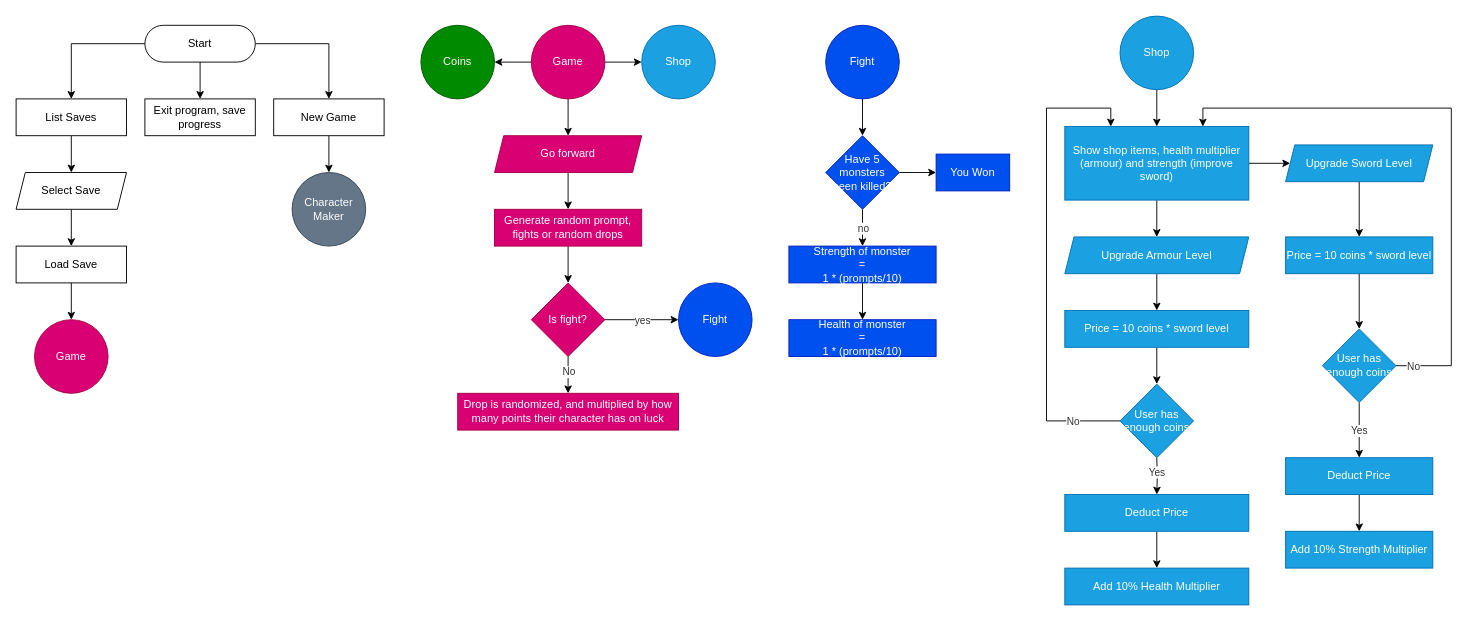
The draw.io diagram flowchart.drawio in kivox/tbag, before the edit. Source tidied: cells renumbered, new cells numbered last; positions are measured from the earlier drawing's top-left corner, leaving out a move shared by most shapes. Both pictures are drawn from the tidied source at 92%, with x=0, y=0 at pixel (16, 16).
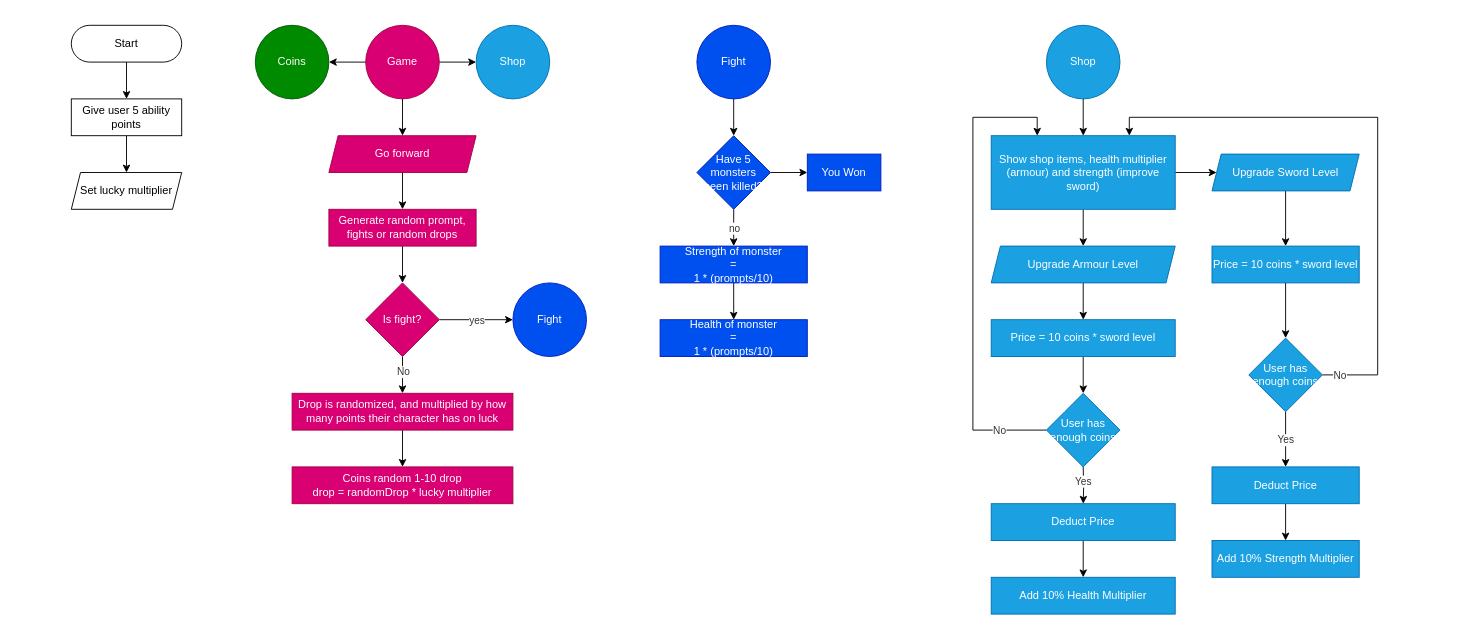
After the change.

Commit message:
Simplify game flow

Change to the diagram source:
```diff
@@
-    <mxCell id="2" style="edgeStyle=orthogonalEdgeStyle;rounded=0;jettySize=auto;html=1;fontColor=#333333;" parent="1" edge="1" source="3" target="8">
-      <mxGeometry relative="1" as="geometry" />
-    </mxCell>
-    <mxCell id="3" value="New Game" style="whiteSpace=wrap;html=1;rounded=0;" parent="1" vertex="1">
-      <mxGeometry x="280" y="90" width="120" height="40" as="geometry" />
-    </mxCell>
-    <mxCell id="4" style="edgeStyle=orthogonalEdgeStyle;rounded=0;jettySize=auto;html=1;fontColor=#333333;" parent="1" edge="1" source="5" target="11">
-      <mxGeometry relative="1" as="geometry" />
-    </mxCell>
-    <mxCell id="5" value="List Saves" style="whiteSpace=wrap;html=1;rounded=0;" parent="1" vertex="1">
-      <mxGeometry y="90" width="120" height="40" as="geometry" />
-    </mxCell>
-    <mxCell id="6" style="edgeStyle=orthogonalEdgeStyle;rounded=0;jettySize=auto;html=1;fontColor=#333333;" parent="1" edge="1" source="7" target="9">
-      <mxGeometry relative="1" as="geometry" />
-    </mxCell>
-    <mxCell id="7" value="Load Save" style="whiteSpace=wrap;html=1;rounded=0;" parent="1" vertex="1">
-      <mxGeometry y="250" width="120" height="40" as="geometry" />
-    </mxCell>
-    <mxCell id="8" value="Character Maker" style="ellipse;whiteSpace=wrap;html=1;rounded=1;fillColor=#647687;strokeColor=#314354;fontColor=#ffffff;" parent="1" vertex="1">
-      <mxGeometry x="300" y="170" width="80" height="80" as="geometry" />
-    </mxCell>
-    <mxCell id="9" value="Game" style="ellipse;whiteSpace=wrap;html=1;rounded=1;fillColor=#d80073;strokeColor=#A50040;fontColor=#ffffff;" parent="1" vertex="1">
-      <mxGeometry x="20" y="330" width="80" height="80" as="geometry" />
-    </mxCell>
-    <mxCell id="10" style="edgeStyle=orthogonalEdgeStyle;rounded=0;jettySize=auto;html=1;fontColor=#333333;" parent="1" edge="1" source="11" target="7">
-      <mxGeometry relative="1" as="geometry" />
-    </mxCell>
-    <mxCell id="11" value="Select Save" style="shape=parallelogram;perimeter=parallelogramPerimeter;whiteSpace=wrap;html=1;fixedSize=1;size=10;" parent="1" vertex="1">
-      <mxGeometry y="170" width="120" height="40" as="geometry" />
-    </mxCell>
-    <mxCell id="12" style="edgeStyle=orthogonalEdgeStyle;rounded=0;jettySize=auto;html=1;fontColor=#333333;entryX=0.5;entryY=0;entryDx=0;entryDy=0;" parent="1" edge="1" source="15" target="3">
-      <mxGeometry relative="1" as="geometry" />
-    </mxCell>
-    <mxCell id="13" style="edgeStyle=orthogonalEdgeStyle;rounded=0;jettySize=auto;html=1;exitX=0;exitY=0.5;exitDx=0;exitDy=0;entryX=0.5;entryY=0;entryDx=0;entryDy=0;fontColor=#333333;" parent="1" edge="1" source="15" target="5">
-      <mxGeometry relative="1" as="geometry" />
-    </mxCell>
-    <mxCell id="14" style="edgeStyle=orthogonalEdgeStyle;rounded=0;jettySize=auto;html=1;fontColor=#333333;" parent="1" edge="1" source="15" target="40">
-      <mxGeometry relative="1" as="geometry" />
-    </mxCell>
+    <mxCell id="73" style="edgeStyle=orthogonalEdgeStyle;rounded=0;jettySize=auto;html=1;fontColor=#333333;" parent="1" edge="1" source="15" target="76">
+      <mxGeometry relative="1" as="geometry" />
+    </mxCell>
     <mxCell id="15" value="Start" style="rounded=1;whiteSpace=wrap;html=1;arcSize=50;" parent="1" vertex="1">
-      <mxGeometry x="140" y="10" width="120" height="40" as="geometry" />
+      <mxGeometry x="60" y="10" width="120" height="40" as="geometry" />
     </mxCell>
@@
     <mxCell id="19" value="Game" style="ellipse;whiteSpace=wrap;html=1;rounded=1;fillColor=#d80073;strokeColor=#A50040;fontColor=#ffffff;" parent="1" vertex="1">
-      <mxGeometry x="560" y="10" width="80" height="80" as="geometry" />
+      <mxGeometry x="380" y="10" width="80" height="80" as="geometry" />
     </mxCell>
@@
     <mxCell id="21" value="Go forward" style="shape=parallelogram;perimeter=parallelogramPerimeter;whiteSpace=wrap;html=1;fixedSize=1;rounded=1;arcSize=0;size=10;fillColor=#d80073;fontColor=#ffffff;strokeColor=#A50040;" parent="1" vertex="1">
-      <mxGeometry x="520" y="130" width="160" height="40" as="geometry" />
+      <mxGeometry x="340" y="130" width="160" height="40" as="geometry" />
     </mxCell>
     <mxCell id="22" value="Shop" style="ellipse;whiteSpace=wrap;html=1;rounded=1;fillColor=#1ba1e2;strokeColor=#006EAF;fontColor=#ffffff;" parent="1" vertex="1">
-      <mxGeometry x="680" y="10" width="80" height="80" as="geometry" />
+      <mxGeometry x="500" y="10" width="80" height="80" as="geometry" />
     </mxCell>
@@
     <mxCell id="24" value="Generate random prompt, fights or random drops" style="whiteSpace=wrap;html=1;rounded=1;arcSize=0;fillColor=#d80073;fontColor=#ffffff;strokeColor=#A50040;" parent="1" vertex="1">
-      <mxGeometry x="520" y="210" width="160" height="40" as="geometry" />
+      <mxGeometry x="340" y="210" width="160" height="40" as="geometry" />
     </mxCell>
     <mxCell id="25" value="Coins" style="ellipse;whiteSpace=wrap;html=1;rounded=1;fillColor=#008a00;strokeColor=#005700;fontColor=#ffffff;" parent="1" vertex="1">
-      <mxGeometry x="440" y="10" width="80" height="80" as="geometry" />
+      <mxGeometry x="260" y="10" width="80" height="80" as="geometry" />
     </mxCell>
@@
     <mxCell id="30" value="Is fight?" style="rhombus;whiteSpace=wrap;html=1;rounded=1;arcSize=0;fillColor=#d80073;fontColor=#ffffff;strokeColor=#A50040;" parent="1" vertex="1">
-      <mxGeometry x="560" y="290" width="80" height="80" as="geometry" />
+      <mxGeometry x="380" y="290" width="80" height="80" as="geometry" />
     </mxCell>
     <mxCell id="31" value="Fight" style="ellipse;whiteSpace=wrap;html=1;rounded=1;arcSize=0;fillColor=#0050ef;strokeColor=#001DBC;fontColor=#ffffff;" parent="1" vertex="1">
-      <mxGeometry x="720" y="290" width="80" height="80" as="geometry" />
+      <mxGeometry x="540" y="290" width="80" height="80" as="geometry" />
     </mxCell>
+    <mxCell id="74" style="edgeStyle=orthogonalEdgeStyle;rounded=0;jettySize=auto;html=1;fontColor=#333333;" parent="1" edge="1" source="32" target="78">
+      <mxGeometry relative="1" as="geometry" />
+    </mxCell>
     <mxCell id="32" value="Drop is randomized, and multiplied by how many points their character has on luck" style="whiteSpace=wrap;html=1;rounded=1;arcSize=0;fillColor=#d80073;fontColor=#ffffff;strokeColor=#A50040;" parent="1" vertex="1">
-      <mxGeometry x="480" y="410" width="240" height="40" as="geometry" />
+      <mxGeometry x="300" y="410" width="240" height="40" as="geometry" />
     </mxCell>
@@
     <mxCell id="34" value="Fight" style="ellipse;whiteSpace=wrap;html=1;rounded=1;arcSize=0;fillColor=#0050ef;strokeColor=#001DBC;fontColor=#ffffff;" parent="1" vertex="1">
-      <mxGeometry x="880" y="10" width="80" height="80" as="geometry" />
+      <mxGeometry x="740" y="10" width="80" height="80" as="geometry" />
     </mxCell>
@@
     <mxCell id="38" value="Have 5 monsters been killed?" style="rhombus;whiteSpace=wrap;html=1;fillColor=#0050ef;strokeColor=#001DBC;fontColor=#ffffff;rounded=1;arcSize=0;" parent="1" vertex="1">
-      <mxGeometry x="880" y="130" width="80" height="80" as="geometry" />
+      <mxGeometry x="740" y="130" width="80" height="80" as="geometry" />
     </mxCell>
     <mxCell id="39" value="You Won" style="whiteSpace=wrap;html=1;fillColor=#0050ef;strokeColor=#001DBC;fontColor=#ffffff;rounded=1;arcSize=0;" parent="1" vertex="1">
-      <mxGeometry x="1000" y="150" width="80" height="40" as="geometry" />
+      <mxGeometry x="860" y="150" width="80" height="40" as="geometry" />
     </mxCell>
-    <mxCell id="40" value="Exit program, save progress" style="rounded=1;whiteSpace=wrap;html=1;arcSize=0;" parent="1" vertex="1">
-      <mxGeometry x="140" y="90" width="120" height="40" as="geometry" />
-    </mxCell>
@@
     <mxCell id="42" value="Strength of monster&lt;br&gt;=&lt;br&gt;1 * (prompts/10)" style="whiteSpace=wrap;html=1;fillColor=#0050ef;strokeColor=#001DBC;fontColor=#ffffff;rounded=1;arcSize=0;" parent="1" vertex="1">
-      <mxGeometry x="840" y="250" width="160" height="40" as="geometry" />
+      <mxGeometry x="700" y="250" width="160" height="40" as="geometry" />
     </mxCell>
     <mxCell id="43" value="Health of monster&lt;br&gt;=&lt;br&gt;1 * (prompts/10)" style="whiteSpace=wrap;html=1;fillColor=#0050ef;strokeColor=#001DBC;fontColor=#ffffff;rounded=1;arcSize=0;" parent="1" vertex="1">
-      <mxGeometry x="840" y="330" width="160" height="40" as="geometry" />
+      <mxGeometry x="700" y="330" width="160" height="40" as="geometry" />
     </mxCell>
@@
     <mxCell id="45" value="Shop" style="ellipse;whiteSpace=wrap;html=1;rounded=1;fillColor=#1ba1e2;strokeColor=#006EAF;fontColor=#ffffff;" parent="1" vertex="1">
-      <mxGeometry x="1199.9" width="80" height="80" as="geometry" />
+      <mxGeometry x="1119.9" y="10" width="80" height="80" as="geometry" />
     </mxCell>
@@
     <mxCell id="48" value="Show shop items, health multiplier (armour) and strength (improve sword)" style="whiteSpace=wrap;html=1;fillColor=#1ba1e2;strokeColor=#006EAF;fontColor=#ffffff;rounded=1;arcSize=0;" parent="1" vertex="1">
-      <mxGeometry x="1139.9" y="120" width="200" height="80" as="geometry" />
+      <mxGeometry x="1059.9" y="130" width="200" height="80" as="geometry" />
     </mxCell>
@@
     <mxCell id="50" value="Upgrade Sword Level" style="shape=parallelogram;perimeter=parallelogramPerimeter;whiteSpace=wrap;html=1;fixedSize=1;fillColor=#1ba1e2;strokeColor=#006EAF;fontColor=#ffffff;rounded=1;arcSize=0;size=10;" parent="1" vertex="1">
-      <mxGeometry x="1379.9" y="140" width="160" height="40" as="geometry" />
+      <mxGeometry x="1299.9" y="150" width="160" height="40" as="geometry" />
     </mxCell>
@@
     <mxCell id="52" value="Price = 10 coins * sword level" style="whiteSpace=wrap;html=1;fillColor=#1ba1e2;strokeColor=#006EAF;fontColor=#ffffff;rounded=1;arcSize=0;" parent="1" vertex="1">
-      <mxGeometry x="1379.9" y="240" width="160" height="40" as="geometry" />
+      <mxGeometry x="1299.9" y="250" width="160" height="40" as="geometry" />
     </mxCell>
@@
     <mxCell id="54" value="Upgrade Armour Level" style="shape=parallelogram;perimeter=parallelogramPerimeter;whiteSpace=wrap;html=1;fixedSize=1;fillColor=#1ba1e2;strokeColor=#006EAF;fontColor=#ffffff;rounded=1;arcSize=0;size=10;" parent="1" vertex="1">
-      <mxGeometry x="1139.9" y="240" width="200" height="40" as="geometry" />
+      <mxGeometry x="1059.9" y="250" width="200" height="40" as="geometry" />
     </mxCell>
     <mxCell id="55" style="edgeStyle=orthogonalEdgeStyle;rounded=0;jettySize=auto;html=1;fontColor=#333333;" parent="1" edge="1" target="64">
       <mxGeometry relative="1" as="geometry">
-        <mxPoint x="1239.9" y="480" as="sourcePoint" />
+        <mxPoint x="1159.9" y="490" as="sourcePoint" />
       </mxGeometry>
     </mxCell>
@@
     <mxCell id="58" value="Price = 10 coins * sword level" style="whiteSpace=wrap;html=1;fillColor=#1ba1e2;strokeColor=#006EAF;fontColor=#ffffff;rounded=1;arcSize=0;" parent="1" vertex="1">
-      <mxGeometry x="1139.9" y="320" width="200" height="40" as="geometry" />
+      <mxGeometry x="1059.9" y="330" width="200" height="40" as="geometry" />
     </mxCell>
@@
     <mxCell id="60" value="Deduct Price" style="whiteSpace=wrap;html=1;fillColor=#1ba1e2;strokeColor=#006EAF;fontColor=#ffffff;rounded=1;arcSize=0;" parent="1" vertex="1">
-      <mxGeometry x="1379.9" y="480" width="160" height="40" as="geometry" />
+      <mxGeometry x="1299.9" y="490" width="160" height="40" as="geometry" />
     </mxCell>
     <mxCell id="61" value="Add 10% Strength Multiplier" style="whiteSpace=wrap;html=1;fillColor=#1ba1e2;strokeColor=#006EAF;fontColor=#ffffff;rounded=1;arcSize=0;" parent="1" vertex="1">
-      <mxGeometry x="1379.9" y="560" width="160" height="40" as="geometry" />
+      <mxGeometry x="1299.9" y="570" width="160" height="40" as="geometry" />
     </mxCell>
     <mxCell id="62" value="Add 10% Health Multiplier" style="whiteSpace=wrap;html=1;fillColor=#1ba1e2;strokeColor=#006EAF;fontColor=#ffffff;rounded=1;arcSize=0;" parent="1" vertex="1">
-      <mxGeometry x="1139.9" y="600" width="200" height="40" as="geometry" />
+      <mxGeometry x="1059.9" y="610" width="200" height="40" as="geometry" />
     </mxCell>
@@
     <mxCell id="64" value="Deduct Price" style="whiteSpace=wrap;html=1;fillColor=#1ba1e2;strokeColor=#006EAF;fontColor=#ffffff;rounded=1;arcSize=0;" parent="1" vertex="1">
-      <mxGeometry x="1139.9" y="520" width="200" height="40" as="geometry" />
+      <mxGeometry x="1059.9" y="530" width="200" height="40" as="geometry" />
     </mxCell>
     <mxCell id="65" style="edgeStyle=orthogonalEdgeStyle;rounded=0;jettySize=auto;html=1;fontColor=#333333;entryX=0.25;entryY=0;entryDx=0;entryDy=0;" parent="1" edge="1" source="67" target="48">
       <mxGeometry relative="1" as="geometry">
         <Array as="points">
-          <mxPoint x="1120" y="440" />
-          <mxPoint x="1120" y="100" />
-          <mxPoint x="1190" y="100" />
+          <mxPoint x="1040" y="450" />
+          <mxPoint x="1040" y="110" />
+          <mxPoint x="1110" y="110" />
         </Array>
       </mxGeometry>
     </mxCell>
@@
     <mxCell id="67" value="User has enough coins" style="rhombus;whiteSpace=wrap;html=1;fillColor=#1ba1e2;strokeColor=#006EAF;fontColor=#ffffff;rounded=1;arcSize=0;" parent="1" vertex="1">
-      <mxGeometry x="1199.9" y="400" width="80" height="80" as="geometry" />
+      <mxGeometry x="1119.9" y="410" width="80" height="80" as="geometry" />
     </mxCell>
@@
     <mxCell id="70" style="edgeStyle=orthogonalEdgeStyle;rounded=0;jettySize=auto;html=1;exitX=1;exitY=0.5;exitDx=0;exitDy=0;fontColor=#333333;" parent="1" edge="1" source="72">
       <mxGeometry relative="1" as="geometry">
-        <mxPoint x="1290" y="120" as="targetPoint" />
+        <mxPoint x="1210" y="130" as="targetPoint" />
         <Array as="points">
-          <mxPoint x="1560" y="380" />
-          <mxPoint x="1560" y="100" />
-          <mxPoint x="1290" y="100" />
-          <mxPoint x="1290" y="120" />
+          <mxPoint x="1480" y="390" />
+          <mxPoint x="1480" y="110" />
+          <mxPoint x="1210" y="110" />
+          <mxPoint x="1210" y="130" />
         </Array>
       </mxGeometry>
     </mxCell>
@@
     <mxCell id="72" value="User has enough coins" style="rhombus;whiteSpace=wrap;html=1;fillColor=#1ba1e2;strokeColor=#006EAF;fontColor=#ffffff;rounded=1;arcSize=0;" parent="1" vertex="1">
-      <mxGeometry x="1419.9" y="340" width="80" height="80" as="geometry" />
+      <mxGeometry x="1339.9" y="350" width="80" height="80" as="geometry" />
     </mxCell>
+    <mxCell id="75" style="edgeStyle=orthogonalEdgeStyle;rounded=0;jettySize=auto;html=1;fontColor=#333333;" parent="1" edge="1" source="76" target="77">
+      <mxGeometry relative="1" as="geometry" />
+    </mxCell>
+    <mxCell id="76" value="Give user 5 ability points" style="rounded=1;whiteSpace=wrap;html=1;arcSize=0;" parent="1" vertex="1">
+      <mxGeometry x="60" y="90" width="120" height="40" as="geometry" />
+    </mxCell>
+    <mxCell id="77" value="Set lucky multiplier" style="shape=parallelogram;perimeter=parallelogramPerimeter;whiteSpace=wrap;html=1;fixedSize=1;rounded=1;arcSize=0;size=10;" parent="1" vertex="1">
+      <mxGeometry x="60" y="170" width="120" height="40" as="geometry" />
+    </mxCell>
+    <mxCell id="78" value="Coins random 1-10 drop&lt;br&gt;drop = randomDrop * lucky multiplier" style="whiteSpace=wrap;html=1;rounded=1;arcSize=0;fillColor=#d80073;fontColor=#ffffff;strokeColor=#A50040;" parent="1" vertex="1">
+      <mxGeometry x="300" y="490" width="240" height="40" as="geometry" />
+    </mxCell>
```
